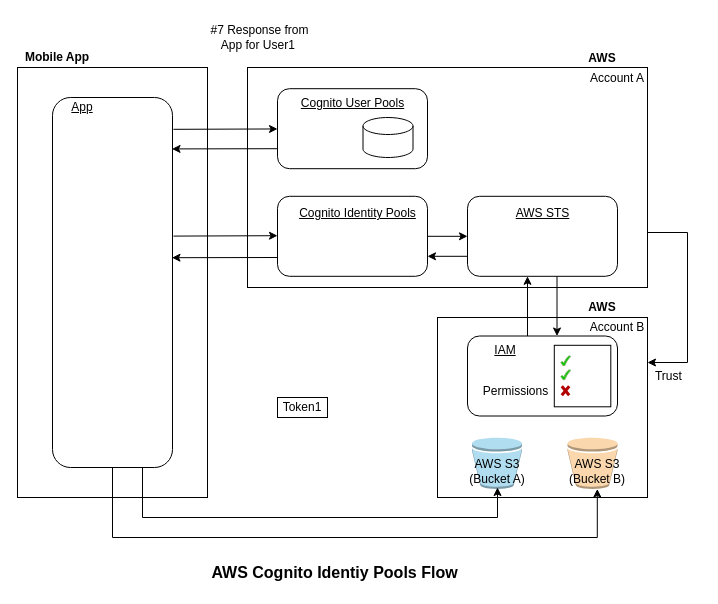
developer-onizuka/OAuth2.0_Authorization keeps this draw.io diagram as AWS_Cognito.drawio. Above is the earlier version. Source tidied: cells renumbered, new cells numbered last; positions are measured from the earlier drawing's top-left corner, leaving out a move shared by most shapes. Both pictures are drawn from the tidied source at 100%, with x=0, y=0 at pixel (17, 17).
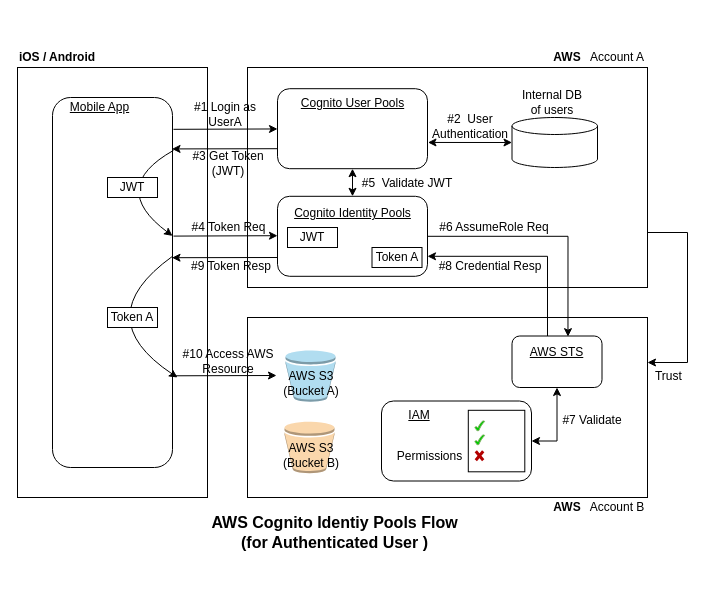
The same diagram, later.

Unchanged cells that the change refers to:
```xml
<mxCell id="3" style="rounded=1;whiteSpace=wrap;html=1;" parent="1" vertex="1">
  <mxGeometry x="35" y="80" width="120" height="370" as="geometry" />
</mxCell>
<mxCell id="10" style="rounded=1;whiteSpace=wrap;html=1;" parent="1" vertex="1">
  <mxGeometry x="260" y="178.8" width="150" height="80" as="geometry" />
</mxCell>
<mxCell id="24" style="rounded=1;whiteSpace=wrap;html=1;" parent="1" vertex="1">
  <mxGeometry x="260" y="71.2" width="150" height="80" as="geometry" />
</mxCell>
```

Diff of the diagram source:
```diff
@@
-    <mxCell id="4" value="App" style="text;html=1;strokeColor=none;fillColor=none;align=center;verticalAlign=middle;whiteSpace=wrap;rounded=0;fontStyle=4;" parent="1" vertex="1">
-      <mxGeometry x="45" y="80" width="40" height="20" as="geometry" />
+    <mxCell id="4" value="Mobile App" style="text;html=1;strokeColor=none;fillColor=none;align=center;verticalAlign=middle;whiteSpace=wrap;rounded=0;fontStyle=4;" parent="1" vertex="1">
+      <mxGeometry x="45" y="80" width="75" height="20" as="geometry" />
     </mxCell>
-    <mxCell id="5" value="Mobile App" style="text;html=1;strokeColor=none;fillColor=none;align=center;verticalAlign=middle;whiteSpace=wrap;rounded=0;fontStyle=1;" parent="1" vertex="1">
+    <mxCell id="5" value="iOS / Android" style="text;html=1;strokeColor=none;fillColor=none;align=center;verticalAlign=middle;whiteSpace=wrap;rounded=0;fontStyle=1;" parent="1" vertex="1">
       <mxGeometry y="30" width="80" height="20" as="geometry" />
     </mxCell>
@@
     <mxCell id="8" value="AWS" style="text;html=1;strokeColor=none;fillColor=none;align=center;verticalAlign=middle;whiteSpace=wrap;rounded=0;fontStyle=1;" parent="1" vertex="1">
-      <mxGeometry x="540" y="31.2" width="90" height="20" as="geometry" />
+      <mxGeometry x="530" y="30" width="40" height="20" as="geometry" />
     </mxCell>
-    <mxCell id="9" style="edgeStyle=orthogonalEdgeStyle;rounded=0;jettySize=auto;html=1;exitX=1;exitY=0.5;exitDx=0;exitDy=0;entryX=0;entryY=0.5;entryDx=0;entryDy=0;startArrow=none;startFill=0;endArrow=classic;endFill=1;" parent="1" edge="1" source="10" target="19">
-      <mxGeometry relative="1" as="geometry" />
-    </mxCell>
+    <mxCell id="48" style="edgeStyle=orthogonalEdgeStyle;rounded=0;jettySize=auto;html=1;exitX=0.5;exitY=0;exitDx=0;exitDy=0;entryX=0.5;entryY=1;entryDx=0;entryDy=0;startArrow=classic;startFill=1;endArrow=classic;endFill=1;" parent="1" edge="1" source="10" target="24">
+      <mxGeometry relative="1" as="geometry" />
+    </mxCell>
@@
     <mxCell id="11" value="Cognito Identity Pools" style="text;html=1;strokeColor=none;fillColor=none;align=center;verticalAlign=middle;whiteSpace=wrap;rounded=0;fontStyle=4;" parent="1" vertex="1">
-      <mxGeometry x="279.5" y="188.8" width="121" height="15" as="geometry" />
+      <mxGeometry x="274.5" y="188.8" width="121" height="15" as="geometry" />
     </mxCell>
     <mxCell id="12" style="rounded=0;whiteSpace=wrap;html=1;" parent="1" vertex="1">
-      <mxGeometry x="420" y="300" width="210" height="180" as="geometry" />
+      <mxGeometry x="230" y="300" width="400" height="180" as="geometry" />
     </mxCell>
     <mxCell id="13" value="AWS" style="text;html=1;strokeColor=none;fillColor=none;align=center;verticalAlign=middle;whiteSpace=wrap;rounded=0;fontStyle=1;" parent="1" vertex="1">
-      <mxGeometry x="540" y="280" width="90" height="20" as="geometry" />
+      <mxGeometry x="530" y="480" width="40" height="20" as="geometry" />
     </mxCell>
     <mxCell id="14" value="Account A" style="text;html=1;strokeColor=none;fillColor=none;align=center;verticalAlign=middle;whiteSpace=wrap;rounded=0;" parent="1" vertex="1">
-      <mxGeometry x="570" y="51.2" width="60" height="20" as="geometry" />
+      <mxGeometry x="570" y="30" width="60" height="20" as="geometry" />
     </mxCell>
-    <mxCell id="15" value="#7 Response from App for User1&amp;nbsp;" style="text;html=1;strokeColor=none;fillColor=none;align=center;verticalAlign=middle;whiteSpace=wrap;rounded=0;" parent="1" vertex="1">
-      <mxGeometry x="190" width="105" height="40" as="geometry" />
+    <mxCell id="15" value="#1 Login as &lt;br&gt;UserA" style="text;html=1;strokeColor=none;fillColor=none;align=center;verticalAlign=middle;whiteSpace=wrap;rounded=0;" parent="1" vertex="1">
+      <mxGeometry x="158" y="80" width="100" height="33.8" as="geometry" />
     </mxCell>
-    <mxCell id="16" value="&lt;font style=&quot;font-size: 16px;&quot;&gt;AWS Cognito Identiy Pools Flow&lt;/font&gt;" style="text;html=1;strokeColor=none;fillColor=none;align=center;verticalAlign=middle;whiteSpace=wrap;rounded=0;fontStyle=1;strokeWidth=1;" parent="1" vertex="1">
-      <mxGeometry x="155" y="540" width="324.5" height="30" as="geometry" />
+    <mxCell id="16" value="&lt;font style=&quot;font-size: 16px;&quot;&gt;AWS Cognito Identiy Pools Flow&lt;br&gt;(for Authenticated User )&lt;br&gt;&lt;/font&gt;" style="text;html=1;strokeColor=none;fillColor=none;align=center;verticalAlign=middle;whiteSpace=wrap;rounded=0;fontStyle=1;strokeWidth=1;" parent="1" vertex="1">
+      <mxGeometry x="154.5" y="490" width="324.5" height="50" as="geometry" />
     </mxCell>
-    <mxCell id="17" style="edgeStyle=orthogonalEdgeStyle;rounded=0;jettySize=auto;html=1;exitX=0;exitY=0.75;exitDx=0;exitDy=0;entryX=1;entryY=0.75;entryDx=0;entryDy=0;startArrow=none;startFill=0;endArrow=classic;endFill=1;" parent="1" edge="1" source="19" target="10">
-      <mxGeometry relative="1" as="geometry" />
+    <mxCell id="17" style="edgeStyle=orthogonalEdgeStyle;rounded=0;jettySize=auto;html=1;entryX=1;entryY=0.75;entryDx=0;entryDy=0;startArrow=none;startFill=0;endArrow=classic;endFill=1;" parent="1" edge="1" source="19" target="10">
+      <mxGeometry relative="1" as="geometry">
+        <Array as="points">
+          <mxPoint x="530" y="239" />
+        </Array>
+      </mxGeometry>
     </mxCell>
-    <mxCell id="18" style="edgeStyle=orthogonalEdgeStyle;rounded=0;orthogonalLoop=1;jettySize=auto;html=1;exitX=0.5;exitY=1;exitDx=0;exitDy=0;entryX=0.5;entryY=0;entryDx=0;entryDy=0;startArrow=classic;startFill=1;endArrow=none;endFill=0;" parent="1" edge="1">
-      <mxGeometry relative="1" as="geometry">
-        <mxPoint x="510" y="258.8" as="sourcePoint" />
-        <mxPoint x="510" y="318.5" as="targetPoint" />
-      </mxGeometry>
-    </mxCell>
+    <mxCell id="49" style="edgeStyle=orthogonalEdgeStyle;rounded=0;jettySize=auto;html=1;exitX=0.5;exitY=1;exitDx=0;exitDy=0;startArrow=classic;startFill=1;endArrow=classic;endFill=1;entryX=1;entryY=0.5;entryDx=0;entryDy=0;" parent="1" edge="1" source="19" target="22">
+      <mxGeometry relative="1" as="geometry">
+        <Array as="points">
+          <mxPoint x="540" y="424" />
+        </Array>
+      </mxGeometry>
+    </mxCell>
     <mxCell id="19" style="rounded=1;whiteSpace=wrap;html=1;" parent="1" vertex="1">
-      <mxGeometry x="450" y="178.8" width="150" height="80" as="geometry" />
+      <mxGeometry x="494.5" y="318.5" width="90" height="51.5" as="geometry" />
     </mxCell>
     <mxCell id="20" value="AWS STS" style="text;html=1;strokeColor=none;fillColor=none;align=center;verticalAlign=middle;whiteSpace=wrap;rounded=0;fontStyle=4;" parent="1" vertex="1">
-      <mxGeometry x="464.5" y="188.8" width="121" height="15" as="geometry" />
+      <mxGeometry x="479" y="327.8" width="121" height="15" as="geometry" />
     </mxCell>
-    <mxCell id="21" style="edgeStyle=orthogonalEdgeStyle;rounded=0;orthogonalLoop=1;jettySize=auto;html=1;exitX=0.75;exitY=0;exitDx=0;exitDy=0;entryX=0.75;entryY=1;entryDx=0;entryDy=0;startArrow=classic;startFill=1;endArrow=none;endFill=0;" parent="1" edge="1">
-      <mxGeometry relative="1" as="geometry">
-        <mxPoint x="539.5" y="318.5" as="sourcePoint" />
-        <mxPoint x="539.5" y="258.8" as="targetPoint" />
-      </mxGeometry>
-    </mxCell>
     <mxCell id="22" style="rounded=1;whiteSpace=wrap;html=1;" parent="1" vertex="1">
-      <mxGeometry x="450" y="318.5" width="150" height="80" as="geometry" />
+      <mxGeometry x="364" y="383.5" width="150" height="80" as="geometry" />
     </mxCell>
     <mxCell id="23" value="IAM" style="text;html=1;strokeColor=none;fillColor=none;align=center;verticalAlign=middle;whiteSpace=wrap;rounded=0;fontStyle=4;" parent="1" vertex="1">
-      <mxGeometry x="454.5" y="325" width="65.5" height="15" as="geometry" />
+      <mxGeometry x="368.5" y="390" width="65.5" height="15" as="geometry" />
     </mxCell>
+    <mxCell id="50" style="edgeStyle=orthogonalEdgeStyle;rounded=0;jettySize=auto;html=1;exitX=1.003;exitY=0.672;exitDx=0;exitDy=0;entryX=0;entryY=0.5;entryDx=0;entryDy=0;entryPerimeter=0;startArrow=classic;startFill=1;endArrow=classic;endFill=1;exitPerimeter=0;" parent="1" edge="1" source="24" target="27">
+      <mxGeometry relative="1" as="geometry" />
+    </mxCell>
@@
     <mxCell id="26" value="Account B" style="text;html=1;strokeColor=none;fillColor=none;align=center;verticalAlign=middle;whiteSpace=wrap;rounded=0;" parent="1" vertex="1">
-      <mxGeometry x="570" y="300" width="60" height="20" as="geometry" />
+      <mxGeometry x="570" y="480" width="60" height="20" as="geometry" />
     </mxCell>
     <mxCell id="27" style="shape=cylinder3;whiteSpace=wrap;html=1;boundedLbl=1;backgroundOutline=1;size=8.5;" parent="1" vertex="1">
-      <mxGeometry x="345.5" y="100" width="50" height="40" as="geometry" />
+      <mxGeometry x="494.5" y="100" width="85.5" height="50" as="geometry" />
     </mxCell>
     <mxCell id="28" value="Permissions" style="text;html=1;strokeColor=none;fillColor=none;align=center;verticalAlign=middle;whiteSpace=wrap;rounded=0;" parent="1" vertex="1">
-      <mxGeometry x="460.2" y="359.2" width="76.5" height="30" as="geometry" />
+      <mxGeometry x="374.2" y="424.2" width="76.5" height="30" as="geometry" />
     </mxCell>
     <mxCell id="29" style="group;" parent="1" vertex="1">
-      <mxGeometry x="536.8" y="327.8" width="56.5" height="61.5" as="geometry" />
+      <mxGeometry x="450.8" y="392.8" width="56.5" height="61.5" as="geometry" />
     </mxCell>
@@
-    <mxCell id="35" style="group;" parent="1" vertex="1">
-      <mxGeometry x="260" y="380" width="50" height="20" as="geometry" />
-    </mxCell>
-    <mxCell id="36" style="rounded=0;whiteSpace=wrap;html=1;" parent="35" vertex="1">
-      <mxGeometry width="50" height="20" as="geometry" />
-    </mxCell>
-    <mxCell id="37" value="Token1" style="text;html=1;strokeColor=none;fillColor=none;align=center;verticalAlign=middle;whiteSpace=wrap;rounded=0;" parent="35" vertex="1">
-      <mxGeometry width="50" height="20" as="geometry" />
-    </mxCell>
@@
     <mxCell id="39" style="dashed=0;verticalLabelPosition=bottom;verticalAlign=top;align=center;html=1;shape=mxgraph.aws3.bucket;fillColor=#fad7ac;strokeColor=#b46504;" parent="1" vertex="1">
-      <mxGeometry x="550" y="420" width="50" height="51.5" as="geometry" />
+      <mxGeometry x="267" y="404.2" width="50" height="51.5" as="geometry" />
     </mxCell>
     <mxCell id="40" style="dashed=0;verticalLabelPosition=bottom;verticalAlign=top;align=center;html=1;shape=mxgraph.aws3.bucket;fillColor=#b1ddf0;strokeColor=#10739e;" parent="1" vertex="1">
-      <mxGeometry x="454.5" y="420" width="50" height="51.5" as="geometry" />
+      <mxGeometry x="268" y="332.8" width="50" height="51.5" as="geometry" />
     </mxCell>
     <mxCell id="41" value="AWS S3&lt;br&gt;(Bucket B)" style="text;html=1;strokeColor=none;fillColor=none;align=center;verticalAlign=middle;whiteSpace=wrap;rounded=0;" parent="1" vertex="1">
-      <mxGeometry x="536.8" y="436.5" width="86" height="35" as="geometry" />
+      <mxGeometry x="251" y="420.8" width="86" height="35" as="geometry" />
     </mxCell>
     <mxCell id="42" value="AWS S3&lt;br&gt;(Bucket A)" style="text;html=1;strokeColor=none;fillColor=none;align=center;verticalAlign=middle;whiteSpace=wrap;rounded=0;" parent="1" vertex="1">
-      <mxGeometry x="436.5" y="436.5" width="86" height="35" as="geometry" />
+      <mxGeometry x="251" y="348.5" width="86" height="35" as="geometry" />
     </mxCell>
@@
-    <mxCell id="46" style="edgeStyle=orthogonalEdgeStyle;rounded=0;jettySize=auto;html=1;exitX=0.75;exitY=1;exitDx=0;exitDy=0;startArrow=none;startFill=0;endArrow=classic;endFill=1;" parent="1" edge="1" source="3">
-      <mxGeometry relative="1" as="geometry">
-        <mxPoint x="480" y="470" as="targetPoint" />
-        <Array as="points">
-          <mxPoint x="125" y="500" />
-          <mxPoint x="480" y="500" />
-        </Array>
-      </mxGeometry>
-    </mxCell>
-    <mxCell id="47" style="edgeStyle=orthogonalEdgeStyle;rounded=0;jettySize=auto;html=1;exitX=0.5;exitY=1;exitDx=0;exitDy=0;entryX=0.5;entryY=1;entryDx=0;entryDy=0;startArrow=none;startFill=0;endArrow=classic;endFill=1;" parent="1" edge="1" source="3" target="41">
-      <mxGeometry relative="1" as="geometry">
-        <Array as="points">
-          <mxPoint x="95" y="520" />
-          <mxPoint x="580" y="520" />
-        </Array>
-      </mxGeometry>
-    </mxCell>
+    <mxCell id="51" value="#3 Get Token&lt;br&gt;(JWT)" style="text;html=1;strokeColor=none;fillColor=none;align=center;verticalAlign=middle;whiteSpace=wrap;rounded=0;" parent="1" vertex="1">
+      <mxGeometry x="167.5" y="131.2" width="85.5" height="28.8" as="geometry" />
+    </mxCell>
+    <mxCell id="35" style="group;" parent="1" vertex="1">
+      <mxGeometry x="270" y="210" width="50" height="20" as="geometry" />
+    </mxCell>
+    <mxCell id="36" style="rounded=0;whiteSpace=wrap;html=1;" parent="35" vertex="1">
+      <mxGeometry width="50" height="20" as="geometry" />
+    </mxCell>
+    <mxCell id="37" value="JWT" style="text;html=1;strokeColor=none;fillColor=none;align=center;verticalAlign=middle;whiteSpace=wrap;rounded=0;" parent="35" vertex="1">
+      <mxGeometry width="50" height="20" as="geometry" />
+    </mxCell>
+    <mxCell id="52" value="#4 Token Req" style="text;html=1;strokeColor=none;fillColor=none;align=center;verticalAlign=middle;whiteSpace=wrap;rounded=0;" parent="1" vertex="1">
+      <mxGeometry x="167.5" y="200" width="87" height="20" as="geometry" />
+    </mxCell>
+    <mxCell id="53" value="Internal DB of users" style="text;html=1;strokeColor=none;fillColor=none;align=center;verticalAlign=middle;whiteSpace=wrap;rounded=0;" parent="1" vertex="1">
+      <mxGeometry x="500" y="70" width="70" height="30" as="geometry" />
+    </mxCell>
+    <mxCell id="54" value="#5&amp;nbsp; Validate JWT" style="text;html=1;strokeColor=none;fillColor=none;align=center;verticalAlign=middle;whiteSpace=wrap;rounded=0;" parent="1" vertex="1">
+      <mxGeometry x="340" y="155.8" width="100" height="20" as="geometry" />
+    </mxCell>
+    <mxCell id="55" value="#6 AssumeRole Req" style="text;html=1;strokeColor=none;fillColor=none;align=center;verticalAlign=middle;whiteSpace=wrap;rounded=0;" parent="1" vertex="1">
+      <mxGeometry x="403.5" y="200" width="145.5" height="20" as="geometry" />
+    </mxCell>
+    <mxCell id="56" value="#2&amp;nbsp; User Authentication" style="text;html=1;strokeColor=none;fillColor=none;align=center;verticalAlign=middle;whiteSpace=wrap;rounded=0;" parent="1" vertex="1">
+      <mxGeometry x="410" y="93.8" width="85.5" height="30" as="geometry" />
+    </mxCell>
+    <mxCell id="57" style="group;" parent="1" vertex="1">
+      <mxGeometry x="354.5" y="230" width="50" height="20" as="geometry" />
+    </mxCell>
+    <mxCell id="58" style="rounded=0;whiteSpace=wrap;html=1;" parent="57" vertex="1">
+      <mxGeometry width="50" height="20" as="geometry" />
+    </mxCell>
+    <mxCell id="59" value="Token A" style="text;html=1;strokeColor=none;fillColor=none;align=center;verticalAlign=middle;whiteSpace=wrap;rounded=0;" parent="57" vertex="1">
+      <mxGeometry width="50" height="20" as="geometry" />
+    </mxCell>
+    <mxCell id="60" value="#8 Credential Resp" style="text;html=1;strokeColor=none;fillColor=none;align=center;verticalAlign=middle;whiteSpace=wrap;rounded=0;" parent="1" vertex="1">
+      <mxGeometry x="419.5" y="238.8" width="105.5" height="20" as="geometry" />
+    </mxCell>
+    <mxCell id="61" value="#9 Token Resp" style="text;html=1;strokeColor=none;fillColor=none;align=center;verticalAlign=middle;whiteSpace=wrap;rounded=0;" parent="1" vertex="1">
+      <mxGeometry x="165.5" y="238.8" width="95.5" height="20" as="geometry" />
+    </mxCell>
+    <mxCell id="62" style="curved=1;endArrow=classic;html=1;rounded=0;entryX=1;entryY=0.374;entryDx=0;entryDy=0;entryPerimeter=0;exitX=1.008;exitY=0.143;exitDx=0;exitDy=0;exitPerimeter=0;" parent="1" edge="1" source="3" target="3">
+      <mxGeometry relative="1" as="geometry">
+        <Array as="points">
+          <mxPoint x="90" y="170" />
+        </Array>
+      </mxGeometry>
+    </mxCell>
+    <mxCell id="63" style="group;" parent="1" vertex="1">
+      <mxGeometry x="90" y="160" width="50" height="20" as="geometry" />
+    </mxCell>
+    <mxCell id="64" style="rounded=0;whiteSpace=wrap;html=1;" parent="63" vertex="1">
+      <mxGeometry width="50" height="20" as="geometry" />
+    </mxCell>
+    <mxCell id="65" value="JWT" style="text;html=1;strokeColor=none;fillColor=none;align=center;verticalAlign=middle;whiteSpace=wrap;rounded=0;" parent="63" vertex="1">
+      <mxGeometry width="50" height="20" as="geometry" />
+    </mxCell>
+    <mxCell id="9" style="edgeStyle=orthogonalEdgeStyle;rounded=0;jettySize=auto;html=1;exitX=1;exitY=0.5;exitDx=0;exitDy=0;entryX=0.622;entryY=0.013;entryDx=0;entryDy=0;startArrow=none;startFill=0;endArrow=classic;endFill=1;entryPerimeter=0;" parent="1" edge="1" source="10" target="19">
+      <mxGeometry relative="1" as="geometry">
+        <Array as="points">
+          <mxPoint x="550" y="219" />
+        </Array>
+      </mxGeometry>
+    </mxCell>
+    <mxCell id="66" value="#7 Validate" style="text;html=1;strokeColor=none;fillColor=none;align=center;verticalAlign=middle;whiteSpace=wrap;rounded=0;" parent="1" vertex="1">
+      <mxGeometry x="540" y="392.8" width="70" height="20" as="geometry" />
+    </mxCell>
+    <mxCell id="67" style="endArrow=classic;html=1;rounded=0;exitX=1.008;exitY=0.086;exitDx=0;exitDy=0;exitPerimeter=0;" parent="1" edge="1">
+      <mxGeometry relative="1" as="geometry">
+        <mxPoint x="155" y="358.3" as="sourcePoint" />
+        <mxPoint x="259" y="358" as="targetPoint" />
+      </mxGeometry>
+    </mxCell>
+    <mxCell id="68" style="curved=1;endArrow=classic;html=1;rounded=0;exitX=1.008;exitY=0.143;exitDx=0;exitDy=0;exitPerimeter=0;" parent="1" edge="1">
+      <mxGeometry relative="1" as="geometry">
+        <mxPoint x="155" y="238.8" as="sourcePoint" />
+        <mxPoint x="160" y="360" as="targetPoint" />
+        <Array as="points">
+          <mxPoint x="70" y="300" />
+        </Array>
+      </mxGeometry>
+    </mxCell>
+    <mxCell id="69" style="group;" parent="1" vertex="1">
+      <mxGeometry x="90" y="290" width="50" height="20" as="geometry" />
+    </mxCell>
+    <mxCell id="70" style="rounded=0;whiteSpace=wrap;html=1;" parent="69" vertex="1">
+      <mxGeometry width="50" height="20" as="geometry" />
+    </mxCell>
+    <mxCell id="71" value="Token A" style="text;html=1;strokeColor=none;fillColor=none;align=center;verticalAlign=middle;whiteSpace=wrap;rounded=0;" parent="69" vertex="1">
+      <mxGeometry width="50" height="20" as="geometry" />
+    </mxCell>
+    <mxCell id="72" value="#10 Access AWS Resource" style="text;html=1;strokeColor=none;fillColor=none;align=center;verticalAlign=middle;whiteSpace=wrap;rounded=0;" parent="1" vertex="1">
+      <mxGeometry x="163.2" y="327.1" width="95.5" height="34.2" as="geometry" />
+    </mxCell>
```
